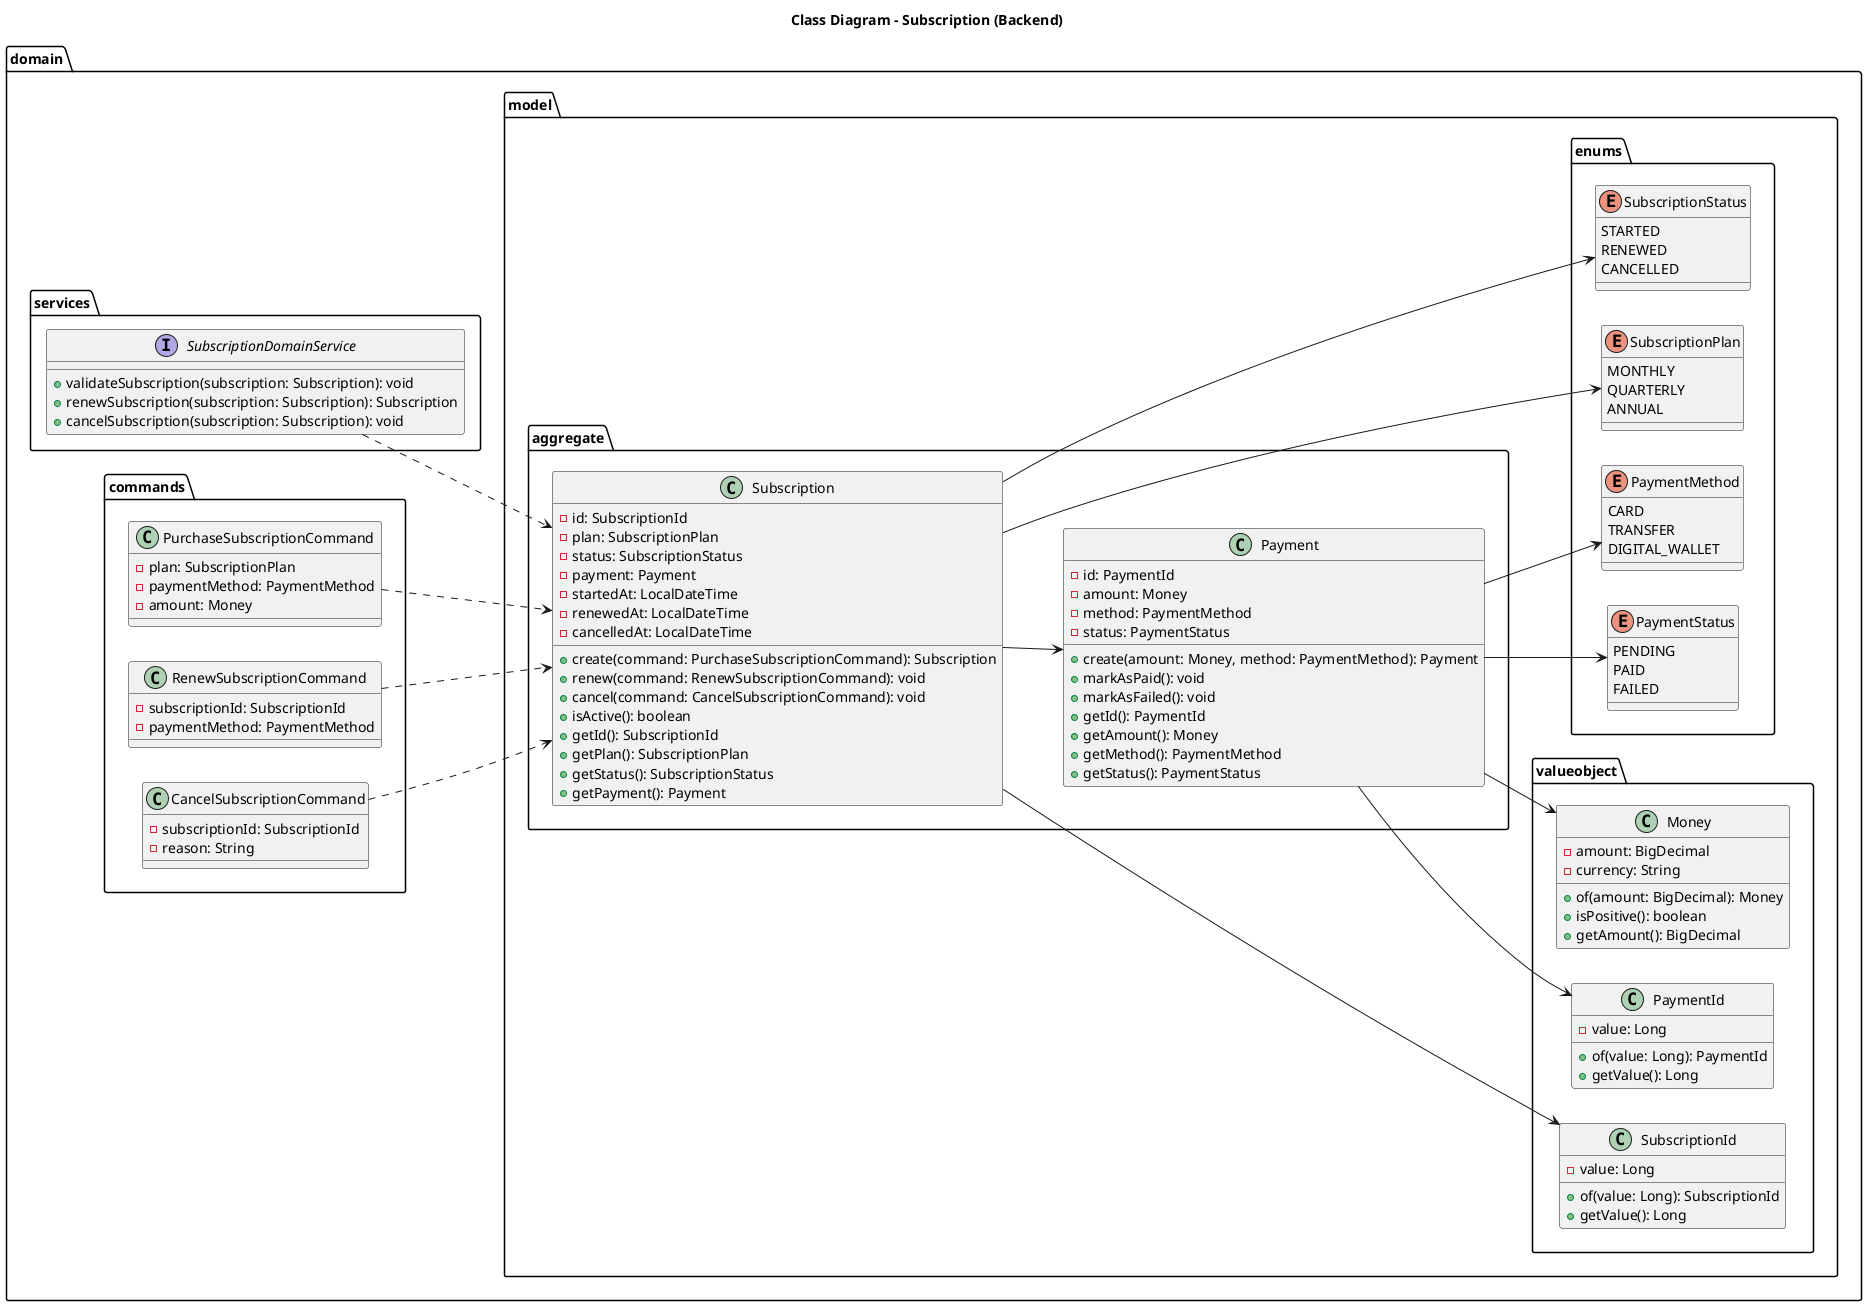
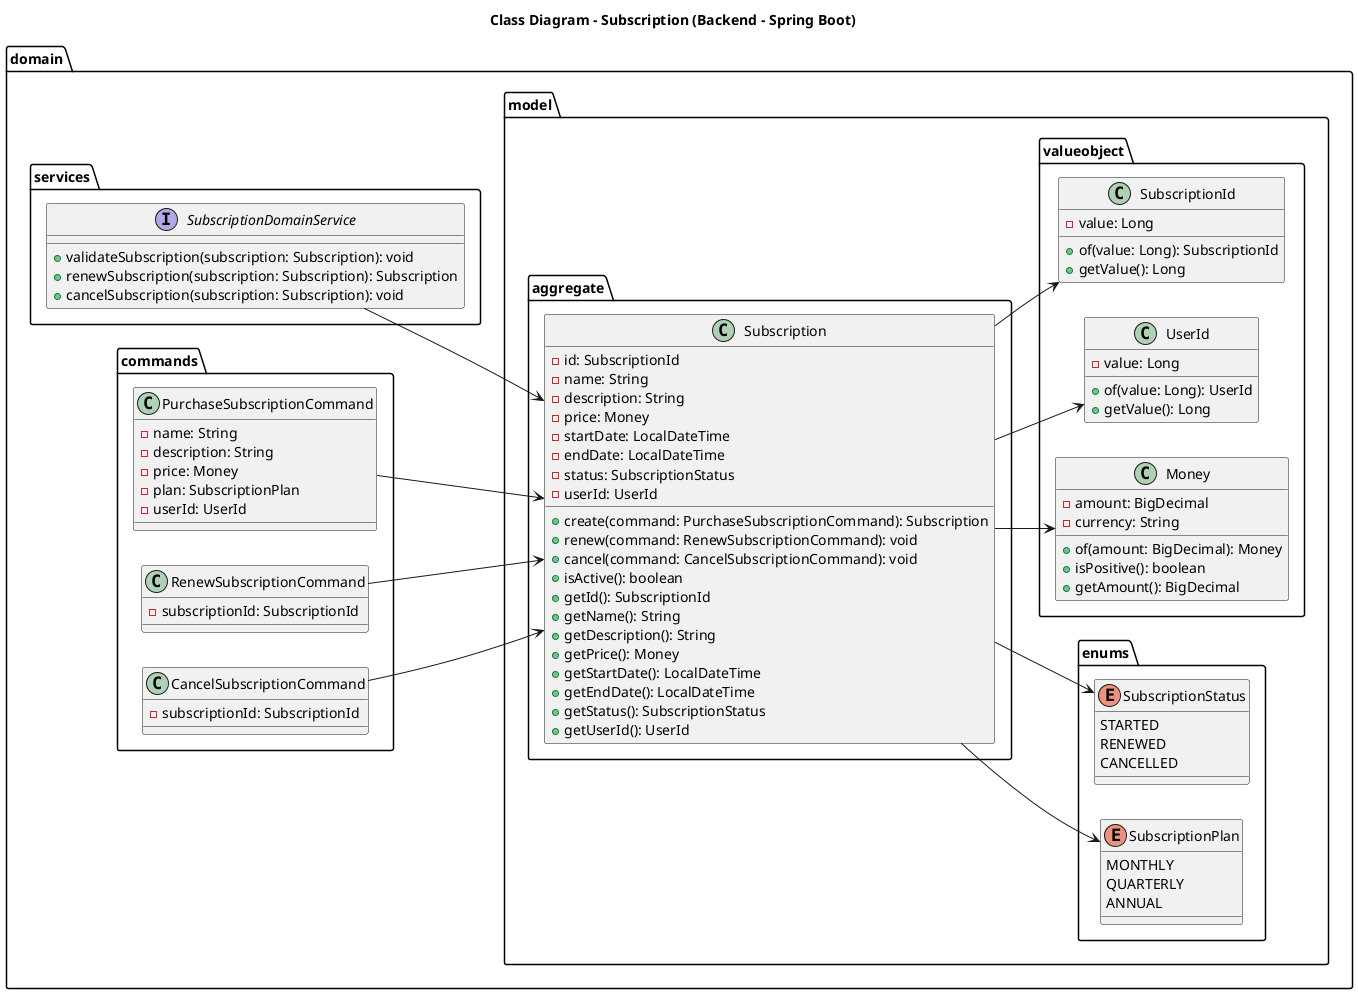
@startuml

left to right direction

- title Class Diagram - Subscription (Backend)
+ title Class Diagram - Subscription (Backend - Spring Boot)

package "domain" {

  package "services" {

    interface SubscriptionDomainService {
      +validateSubscription(subscription: Subscription): void
      +renewSubscription(subscription: Subscription): Subscription
      +cancelSubscription(subscription: Subscription): void
    }

  }

  package "model" {

    package "aggregate" {

-       together {
+       class Subscription {
+         -id: SubscriptionId
+         -name: String
+         -description: String
+         -price: Money
+         -startDate: LocalDateTime
+         -endDate: LocalDateTime
+         -status: SubscriptionStatus
+         -userId: UserId

-         class Subscription {
-           -id: SubscriptionId
-           -plan: SubscriptionPlan
-           -status: SubscriptionStatus
-           -payment: Payment
-           -startedAt: LocalDateTime
-           -renewedAt: LocalDateTime
-           -cancelledAt: LocalDateTime
+         +create(command: PurchaseSubscriptionCommand): Subscription
+         +renew(command: RenewSubscriptionCommand): void
+         +cancel(command: CancelSubscriptionCommand): void
+         +isActive(): boolean
+         +getId(): SubscriptionId
+         +getName(): String
+         +getDescription(): String
+         +getPrice(): Money
+         +getStartDate(): LocalDateTime
+         +getEndDate(): LocalDateTime
+         +getStatus(): SubscriptionStatus
+         +getUserId(): UserId
+       }

-           +create(command: PurchaseSubscriptionCommand): Subscription
-           +renew(command: RenewSubscriptionCommand): void
-           +cancel(command: CancelSubscriptionCommand): void
-           +isActive(): boolean
-           +getId(): SubscriptionId
-           +getPlan(): SubscriptionPlan
-           +getStatus(): SubscriptionStatus
-           +getPayment(): Payment
-         }
+     }

-         class Payment {
-           -id: PaymentId
-           -amount: Money
-           -method: PaymentMethod
-           -status: PaymentStatus
+     package "enums" {

-           +create(amount: Money, method: PaymentMethod): Payment
-           +markAsPaid(): void
-           +markAsFailed(): void
-           +getId(): PaymentId
-           +getAmount(): Money
-           +getMethod(): PaymentMethod
-           +getStatus(): PaymentStatus
-         }
+       enum SubscriptionStatus {
+         STARTED
+         RENEWED
+         CANCELLED
+       }

+       enum SubscriptionPlan {
+         MONTHLY
+         QUARTERLY
+         ANNUAL
      }

    }

    package "valueobject" {

-       together {
- 
-         class SubscriptionId {
-           -value: Long
-           +of(value: Long): SubscriptionId
-           +getValue(): Long
-         }
- 
-         class PaymentId {
-           -value: Long
-           +of(value: Long): PaymentId
-           +getValue(): Long
-         }
- 
-         class Money {
-           -amount: BigDecimal
-           -currency: String
-           +of(amount: BigDecimal): Money
-           +isPositive(): boolean
-           +getAmount(): BigDecimal
-         }
- 
+       class SubscriptionId {
+         -value: Long
+         +of(value: Long): SubscriptionId
+         +getValue(): Long
      }

-     }
+       class UserId {
+         -value: Long
+         +of(value: Long): UserId
+         +getValue(): Long
+       }

-     package "enums" {
+       class Money {
+         -amount: BigDecimal
+         -currency: String

-       together {
- 
-         enum SubscriptionPlan {
-           MONTHLY
-           QUARTERLY
-           ANNUAL
-         }
- 
-         enum SubscriptionStatus {
-           STARTED
-           RENEWED
-           CANCELLED
-         }
- 
-         enum PaymentMethod {
-           CARD
-           TRANSFER
-           DIGITAL_WALLET
-         }
- 
-         enum PaymentStatus {
-           PENDING
-           PAID
-           FAILED
-         }
- 
+         +of(amount: BigDecimal): Money
+         +isPositive(): boolean
+         +getAmount(): BigDecimal
      }

    }

  }

  package "commands" {

-     together {
+     class PurchaseSubscriptionCommand {
+       -name: String
+       -description: String
+       -price: Money
+       -plan: SubscriptionPlan
+       -userId: UserId
+     }

-       class PurchaseSubscriptionCommand {
-         -plan: SubscriptionPlan
-         -paymentMethod: PaymentMethod
-         -amount: Money
-       }
+     class RenewSubscriptionCommand {
+       -subscriptionId: SubscriptionId
+     }

-       class RenewSubscriptionCommand {
-         -subscriptionId: SubscriptionId
-         -paymentMethod: PaymentMethod
-       }
- 
-       class CancelSubscriptionCommand {
-         -subscriptionId: SubscriptionId
-         -reason: String
-       }
- 
+     class CancelSubscriptionCommand {
+       -subscriptionId: SubscriptionId
    }

  }

}

- Subscription --> Payment
+ SubscriptionDomainService --> Subscription

Subscription --> SubscriptionId
- Payment --> PaymentId
- Payment --> Money
+ Subscription --> UserId
+ Subscription --> Money
+ Subscription --> SubscriptionStatus
+ Subscription --> SubscriptionPlan

- Subscription --> SubscriptionPlan
- Subscription --> SubscriptionStatus
- 
- Payment --> PaymentMethod
- Payment --> PaymentStatus
- 
- PurchaseSubscriptionCommand ..> Subscription
- RenewSubscriptionCommand ..> Subscription
- CancelSubscriptionCommand ..> Subscription
- 
- SubscriptionDomainService ..> Subscription
+ PurchaseSubscriptionCommand --> Subscription
+ RenewSubscriptionCommand --> Subscription
+ CancelSubscriptionCommand --> Subscription

@enduml